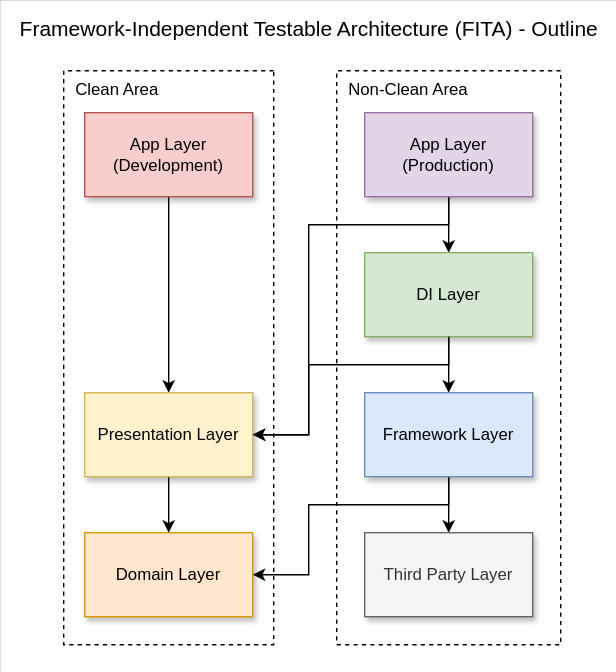
Earlier version of the draw.io export asset/drawio/architecture_outline.drawio.svg (suguruTakahashi-1234/fia-practical-sample). Source tidied: cells renumbered, new cells last; positions are measured from the earlier drawing's top-left corner, leaving out a move shared by most shapes.
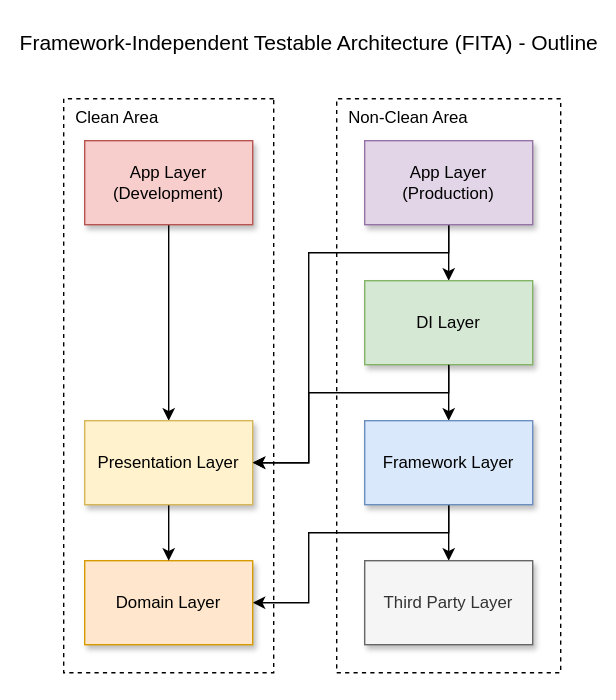
After the commit.

Diff of the diagram source:
```diff
@@ -2,8 +2,8 @@
   <root>
     <mxCell id="0" />
     <mxCell id="1" parent="0" />
-    <mxCell id="2" style="rounded=0;whiteSpace=wrap;html=1;flipH=1;strokeWidth=0;" parent="1" vertex="1">
-      <mxGeometry width="440" height="480" as="geometry" />
+    <mxCell id="2" style="rounded=0;whiteSpace=wrap;html=1;flipH=1;strokeWidth=0;strokeColor=none;" parent="1" vertex="1">
+      <mxGeometry y="-20" width="440" height="500" as="geometry" />
     </mxCell>
     <mxCell id="3" value="&amp;nbsp; Clean Area" style="rounded=0;whiteSpace=wrap;html=1;flipH=1;strokeWidth=1;fillColor=none;dashed=1;strokeColor=default;align=left;verticalAlign=top;" parent="1" vertex="1">
       <mxGeometry x="45" y="50" width="150" height="410" as="geometry" />
@@ -75,7 +75,7 @@
       </mxGeometry>
     </mxCell>
     <mxCell id="20" value="Framework-Independent Testable Architecture (FITA) - Outline" style="text;html=1;align=center;verticalAlign=middle;whiteSpace=wrap;rounded=0;fontSize=15;" parent="1" vertex="1">
-      <mxGeometry x="8.8" y="10" width="422.5" height="20" as="geometry" />
+      <mxGeometry x="8.8" width="422.5" height="20" as="geometry" />
     </mxCell>
   </root>
 </mxGraphModel>
```
